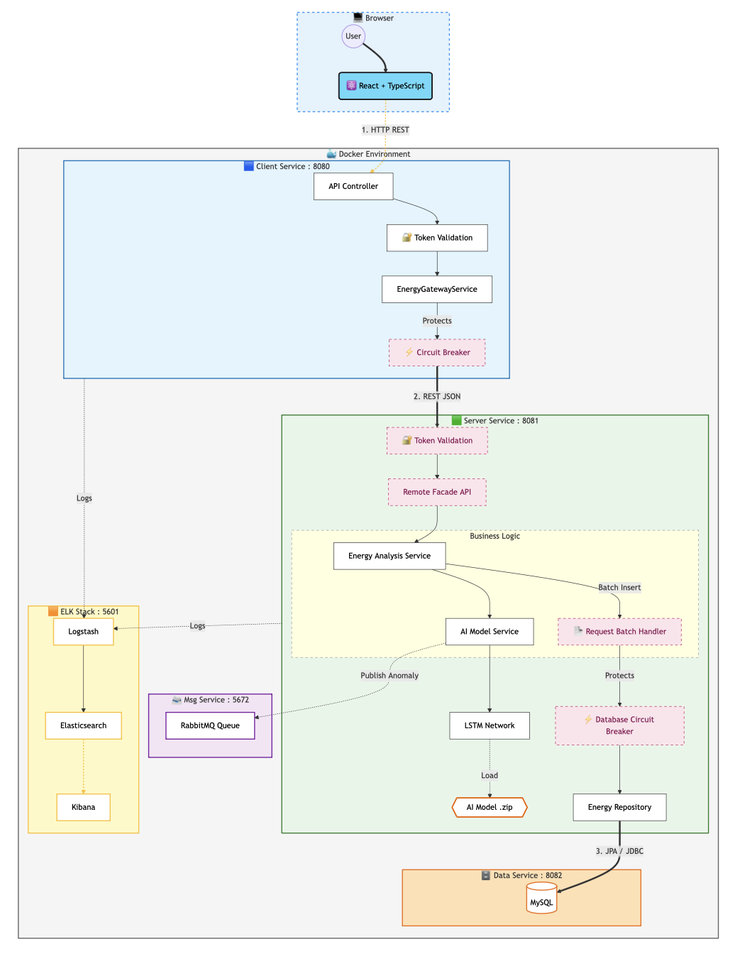
This is assets/architecture_diagram.png from nameisalfio/nexus-energy-ds, a Mermaid export, as it was before one commit. Its source is kept beside it as assets/mermaid_sources/architecture_diagram.mmd.
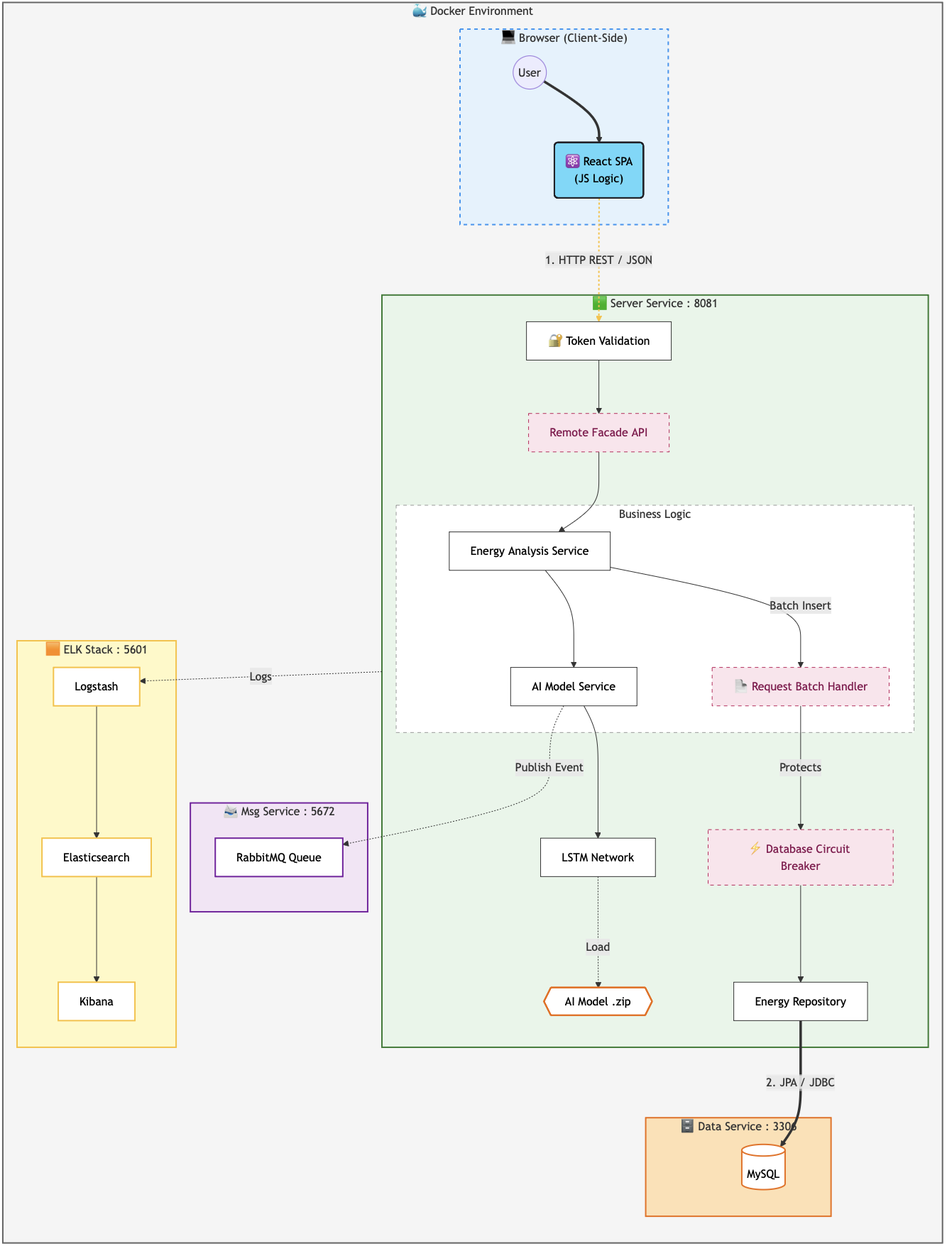
After the change.

Diff of the diagram source:
```diff
@@ -7,35 +7,23 @@
     classDef queue fill:#ffffff,stroke:#7b1fa2,stroke-width:2px,color:black
     classDef container fill:#f5f5f5,stroke:#666,stroke-width:2px
 
-    subgraph Browser_Env ["💻 Browser"]
-        direction TB
-        User((User))
-        ReactApp("⚛️ React + TypeScript<br/>"):::frontend
-        User ==> ReactApp
-    end
-
     subgraph Docker_Host ["🐳 Docker Environment"]
         direction TB
 
-        subgraph Client_App ["🟦 Client Service : 8080"]
+        subgraph Browser_Env ["💻 Browser (Client-Side)"]
             direction TB
-            UI_Controller[API Controller]:::component
-            Authenticator[🔐 Token Validation]:::component
-            Gateway[EnergyGatewayService]:::component
-            CB_Client[⚡ Circuit Breaker]:::pattern
-
-            UI_Controller --> Authenticator
-            Authenticator --> Gateway
-            Gateway --"Protects"--> CB_Client
+            User((User))
+            ReactApp("⚛️ React SPA<br/>(JS Logic)"):::frontend
+            User ==> ReactApp
         end
 
         subgraph Server_App ["🟩 Server Service : 8081"]
             direction TB
-            Auth[🔐 Token Validation]:::pattern
+
+            Auth[🔐 Token Validation]:::component
             Facade[Remote Facade API]:::pattern
 
             subgraph Business_Logic ["Business Logic"]
-                direction TB
                 Service[Energy Analysis Service]:::component
                 AI[AI Model Service]:::component
                 Batch[📄 Request Batch Handler]:::pattern
@@ -47,6 +35,7 @@
 
             Auth --> Facade
             Facade --> Service
+
             Service --> AI
             Service --"Batch Insert"--> Batch
 
@@ -62,7 +51,7 @@
             RabbitMQ[RabbitMQ Queue]:::queue
         end
 
-        subgraph Data_Service ["🗄️ Data Service : 8082"]
+        subgraph Data_Service ["🗄️ Data Service : 3306"]
             MySQL[(MySQL)]:::db
         end
 
@@ -77,30 +66,24 @@
     end
 
 
-    ReactApp == "1. HTTP REST" ==> UI_Controller
+    ReactApp == "1. HTTP REST / JSON" ==> Auth
 
-    CB_Client == "2. REST JSON" ==> Auth
+    Repo == "2. JPA / JDBC" ==> MySQL
+    AI -.->|"Publish Event"| RabbitMQ
 
-    Repo == "3. JPA / JDBC" ==> MySQL
-
-    AI -.->|"Publish Anomaly"| RabbitMQ
-
-    Client_App -.-> |"Logs"| Logstash
     Server_App -.-> |"Logs"| Logstash
 
-    Browser_Env ~~~ Client_App
-    Client_App ~~~ Server_App
+    Browser_Env ~~~ Server_App
     Server_App ~~~ Data_Service
     Server_App ~~~ Messaging_Service
     Server_App ~~~ ELK_Stack
 
     style Browser_Env fill:#e3f2fd,stroke:#2196f3,stroke-width:2px,stroke-dasharray: 5 5
     style Docker_Host fill:#f5f5f5,stroke:#666,stroke-width:2px
-    style Client_App fill:#e1f5fe,stroke:#0277bd,stroke-width:2px
     style Server_App fill:#e8f5e9,stroke:#2e7d32,stroke-width:2px
     style Data_Service fill:#ffe0b2,stroke:#ef6c00,stroke-width:2px
     style Messaging_Service fill:#f3e5f5,stroke:#7b1fa2,stroke-width:2px
     style ELK_Stack fill:#fff9c4,stroke:#fbc02d,stroke-width:2px
-    style Business_Logic fill:#fffff,stroke:#999,stroke-width:1px,stroke-dasharray: 5 5
+    style Business_Logic fill:#ffffff,stroke:#999,stroke-width:1px,stroke-dasharray: 5 5
 
-    linkStyle 13,14 stroke:#fbc02d,stroke-width:2px,stroke-dasharray: 3 3;
+    linkStyle 11 stroke:#fbc02d,stroke-width:2px,stroke-dasharray: 3 3;
```
